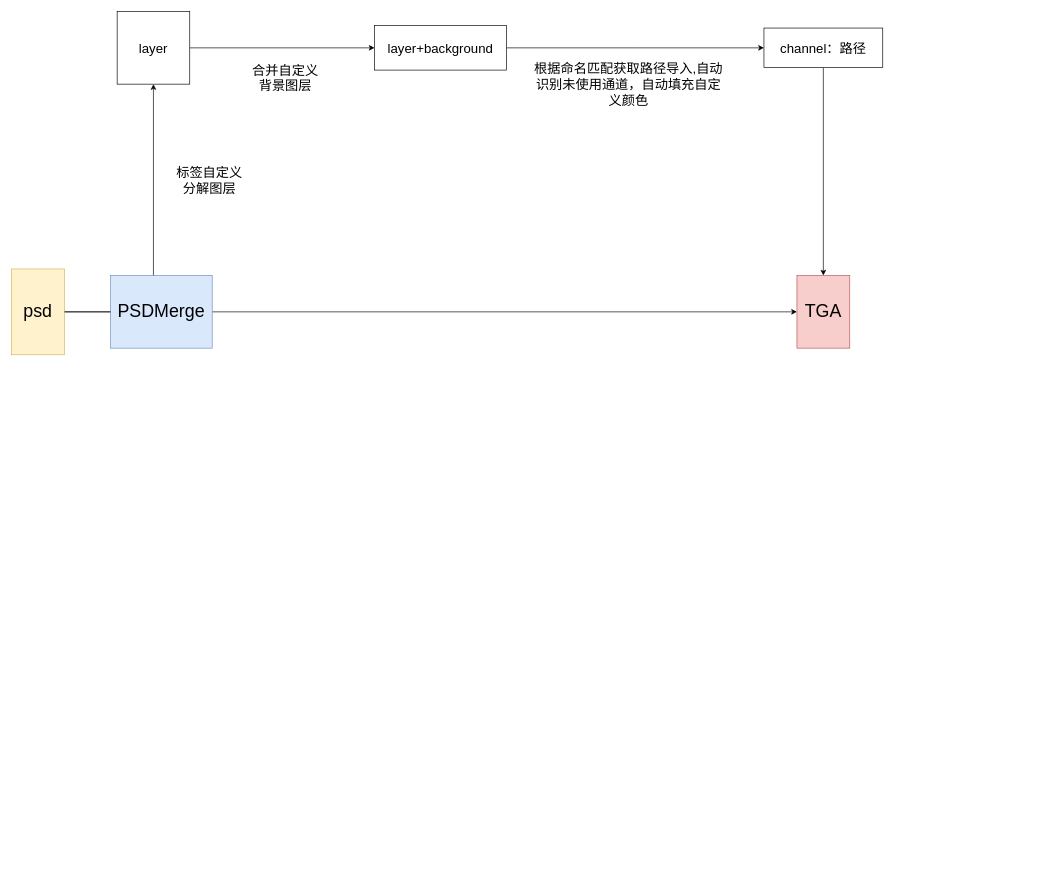
Earlier version of the draw.io diagram readme-image/Untitled Diagram.drawio (fxcfxcfxc/PSDMerge). Source tidied: cells renumbered, new cells numbered last; positions are measured from the earlier drawing's top-left corner, leaving out a move shared by most shapes. Both pictures are drawn from the tidied source at 66%, with x=0, y=0 at pixel (11, 11).
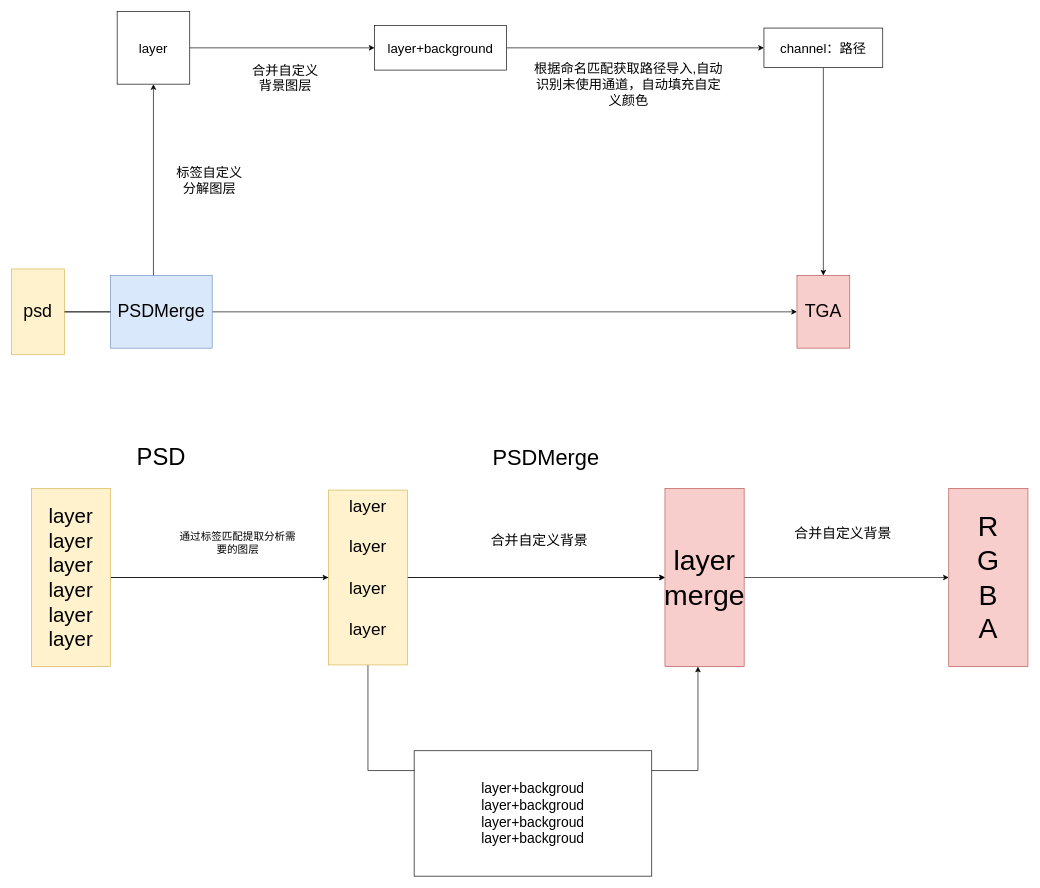
Above is the later version.

The edit, as a diff of the source:
```diff
@@
+    <mxCell id="17" value="&lt;font style=&quot;font-size: 36px&quot;&gt;PSD&lt;/font&gt;" style="text;html=1;strokeColor=none;fillColor=none;align=center;verticalAlign=middle;whiteSpace=wrap;rounded=0;" parent="1" vertex="1">
+      <mxGeometry x="117" y="590" width="220" height="170" as="geometry" />
+    </mxCell>
+    <mxCell id="18" style="edgeStyle=orthogonalEdgeStyle;rounded=0;jettySize=auto;html=1;" parent="1" edge="1" source="20" target="22">
+      <mxGeometry relative="1" as="geometry" />
+    </mxCell>
+    <mxCell id="19" style="edgeStyle=orthogonalEdgeStyle;rounded=0;jettySize=auto;html=1;fontSize=16;" parent="1" edge="1" source="20" target="28">
+      <mxGeometry relative="1" as="geometry" />
+    </mxCell>
+    <mxCell id="20" value="&lt;font style=&quot;font-size: 31px&quot;&gt;layer&lt;br&gt;layer&lt;br&gt;layer&lt;br&gt;layer&lt;br&gt;layer&lt;br&gt;layer&lt;br&gt;&lt;/font&gt;" style="rounded=0;whiteSpace=wrap;html=1;fillColor=#fff2cc;strokeColor=#d6b656;" parent="1" vertex="1">
+      <mxGeometry x="30" y="722.5" width="120" height="270" as="geometry" />
+    </mxCell>
+    <mxCell id="21" style="edgeStyle=orthogonalEdgeStyle;rounded=0;jettySize=auto;html=1;fontSize=16;" parent="1" edge="1" source="22" target="25">
+      <mxGeometry relative="1" as="geometry" />
+    </mxCell>
+    <mxCell id="22" value="&lt;span style=&quot;font-size: 43px&quot;&gt;layer merge&lt;/span&gt;" style="rounded=0;whiteSpace=wrap;html=1;fillColor=#f8cecc;strokeColor=#b85450;" parent="1" vertex="1">
+      <mxGeometry x="990" y="722.5" width="120" height="270" as="geometry" />
+    </mxCell>
+    <mxCell id="23" value="&lt;font style=&quot;font-size: 33px&quot;&gt;PSDMerge&lt;br&gt;&lt;br&gt;&lt;/font&gt;" style="text;html=1;strokeColor=none;fillColor=none;align=center;verticalAlign=middle;whiteSpace=wrap;rounded=0;" parent="1" vertex="1">
+      <mxGeometry x="700" y="610" width="220" height="170" as="geometry" />
+    </mxCell>
+    <mxCell id="24" value="通过标签匹配提取分析需要的图层&lt;br style=&quot;font-size: 16px;&quot;&gt;" style="text;html=1;strokeColor=none;fillColor=none;align=center;verticalAlign=middle;whiteSpace=wrap;rounded=0;fontSize=16;" parent="1" vertex="1">
+      <mxGeometry x="250" y="750" width="186" height="110" as="geometry" />
+    </mxCell>
+    <mxCell id="25" value="&lt;font style=&quot;font-size: 43px&quot;&gt;R&lt;br&gt;G&lt;br&gt;B&lt;br&gt;A&lt;/font&gt;" style="rounded=0;whiteSpace=wrap;html=1;fillColor=#f8cecc;strokeColor=#b85450;" parent="1" vertex="1">
+      <mxGeometry x="1420" y="722.5" width="120" height="270" as="geometry" />
+    </mxCell>
+    <mxCell id="26" style="edgeStyle=orthogonalEdgeStyle;rounded=0;jettySize=auto;html=1;fontSize=16;" parent="1" edge="1" source="28" target="22">
+      <mxGeometry relative="1" as="geometry" />
+    </mxCell>
+    <mxCell id="27" style="edgeStyle=orthogonalEdgeStyle;rounded=0;jettySize=auto;html=1;fontSize=21;" parent="1" edge="1" source="28" target="22">
+      <mxGeometry relative="1" as="geometry">
+        <Array as="points">
+          <mxPoint x="540" y="1150" />
+          <mxPoint x="1040" y="1150" />
+        </Array>
+      </mxGeometry>
+    </mxCell>
+    <mxCell id="28" value="&lt;font style=&quot;font-size: 26px&quot;&gt;layer&lt;br&gt;&lt;br&gt;layer&lt;br&gt;&lt;br&gt;layer&lt;br&gt;&lt;br&gt;layer&lt;br&gt;&lt;br&gt;&lt;/font&gt;" style="rounded=0;whiteSpace=wrap;html=1;fillColor=#fff2cc;strokeColor=#d6b656;" parent="1" vertex="1">
+      <mxGeometry x="480" y="725" width="120" height="265" as="geometry" />
+    </mxCell>
+    <mxCell id="29" value="合并自定义背景" style="text;html=1;strokeColor=none;fillColor=none;align=center;verticalAlign=middle;whiteSpace=wrap;rounded=0;fontSize=21;" parent="1" vertex="1">
+      <mxGeometry x="700" y="770" width="200" height="60" as="geometry" />
+    </mxCell>
+    <mxCell id="30" value="layer+backgroud&lt;br&gt;layer+backgroud&lt;br&gt;layer+backgroud&lt;br&gt;layer+backgroud" style="rounded=0;whiteSpace=wrap;html=1;fontSize=21;" parent="1" vertex="1">
+      <mxGeometry x="610" y="1120" width="360" height="190" as="geometry" />
+    </mxCell>
+    <mxCell id="31" value="合并自定义背景" style="text;html=1;strokeColor=none;fillColor=none;align=center;verticalAlign=middle;whiteSpace=wrap;rounded=0;fontSize=21;" parent="1" vertex="1">
+      <mxGeometry x="1160" y="760" width="200" height="60" as="geometry" />
+    </mxCell>
```
